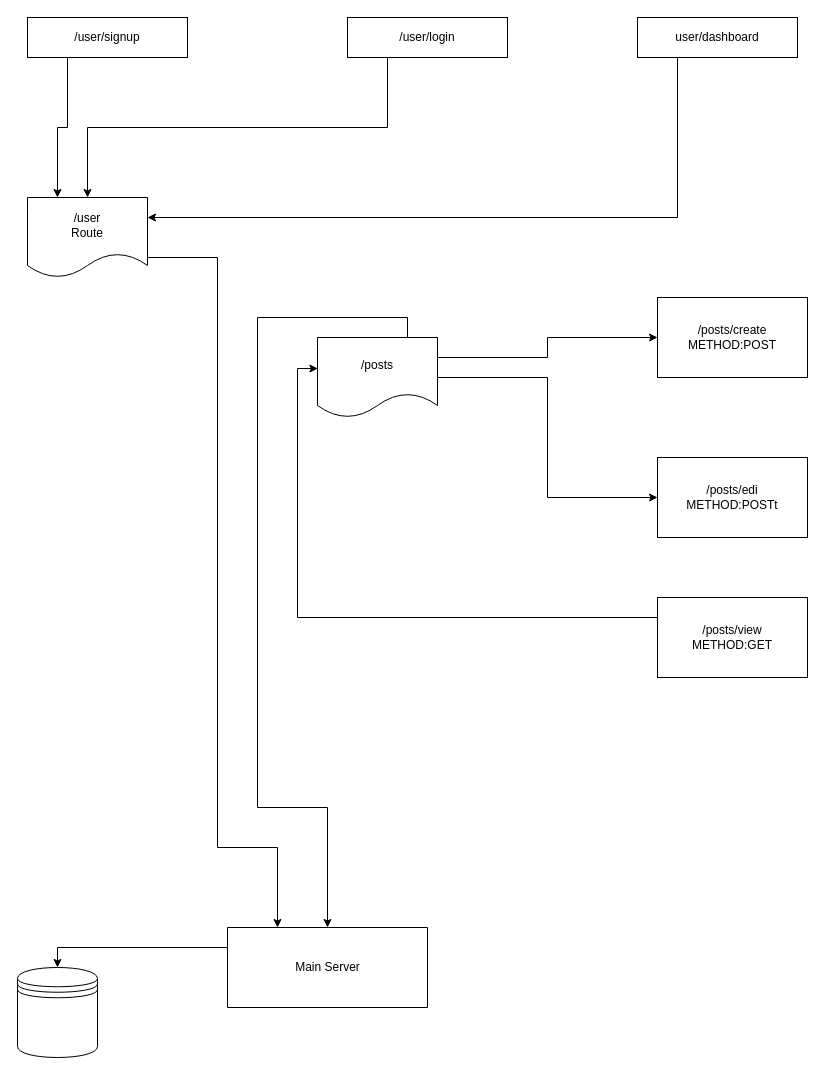
Above: frontend/catium.drawio in abu-abdullah007/catium (draw.io), before the change. Source tidied: cells renumbered, new cells numbered last; positions are measured from the earlier drawing's top-left corner, leaving out a move shared by most shapes. Both pictures are drawn from the tidied source at 100%, with x=0, y=0 at pixel (17, 17).
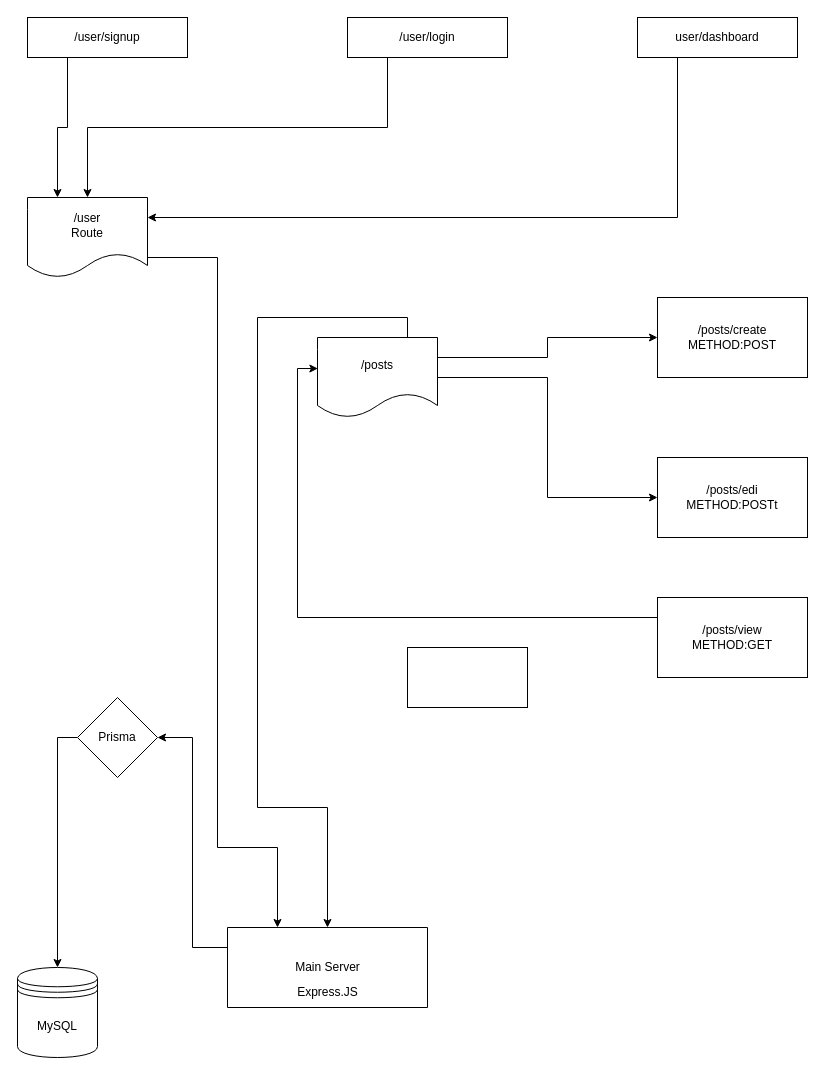
The same diagram, later.

The change refers to these unchanged cells:
```xml
<mxCell id="4" style="swimlane;startSize=0;" parent="1" vertex="1">
  <mxGeometry x="210" y="910" width="200" height="80" as="geometry" />
</mxCell>
```

The edit, as a diff of the source:
```diff
@@
-    <mxCell id="2" style="shape=datastore;whiteSpace=wrap;html=1;" parent="1" vertex="1">
+    <mxCell id="2" value="MySQL" style="shape=datastore;whiteSpace=wrap;html=1;" parent="1" vertex="1">
       <mxGeometry y="950" width="80" height="90" as="geometry" />
     </mxCell>
-    <mxCell id="3" style="edgeStyle=orthogonalEdgeStyle;rounded=0;jettySize=auto;html=1;exitX=0;exitY=0.25;exitDx=0;exitDy=0;entryX=0.5;entryY=0;entryDx=0;entryDy=0;" parent="1" edge="1" source="4" target="2">
+    <mxCell id="3" style="edgeStyle=orthogonalEdgeStyle;rounded=0;jettySize=auto;html=1;exitX=0;exitY=0.25;exitDx=0;exitDy=0;entryX=1;entryY=0.5;entryDx=0;entryDy=0;" parent="1" edge="1" source="4" target="24">
       <mxGeometry relative="1" as="geometry" />
     </mxCell>
@@
+    <mxCell id="22" value="Express.JS" style="text;html=1;align=center;verticalAlign=middle;strokeColor=none;fillColor=none;" parent="4" vertex="1">
+      <mxGeometry x="60" y="50" width="80" height="30" as="geometry" />
+    </mxCell>
@@
+    <mxCell id="23" style="edgeStyle=orthogonalEdgeStyle;rounded=0;jettySize=auto;html=1;exitX=0;exitY=0.5;exitDx=0;exitDy=0;" parent="1" edge="1" source="24" target="2">
+      <mxGeometry relative="1" as="geometry" />
+    </mxCell>
+    <mxCell id="24" value="Prisma" style="rhombus;whiteSpace=wrap;html=1;" parent="1" vertex="1">
+      <mxGeometry x="60" y="680" width="80" height="80" as="geometry" />
+    </mxCell>
+    <mxCell id="25" style="whiteSpace=wrap;html=1;" parent="1" vertex="1">
+      <mxGeometry x="390" y="630" width="120" height="60" as="geometry" />
+    </mxCell>
```
